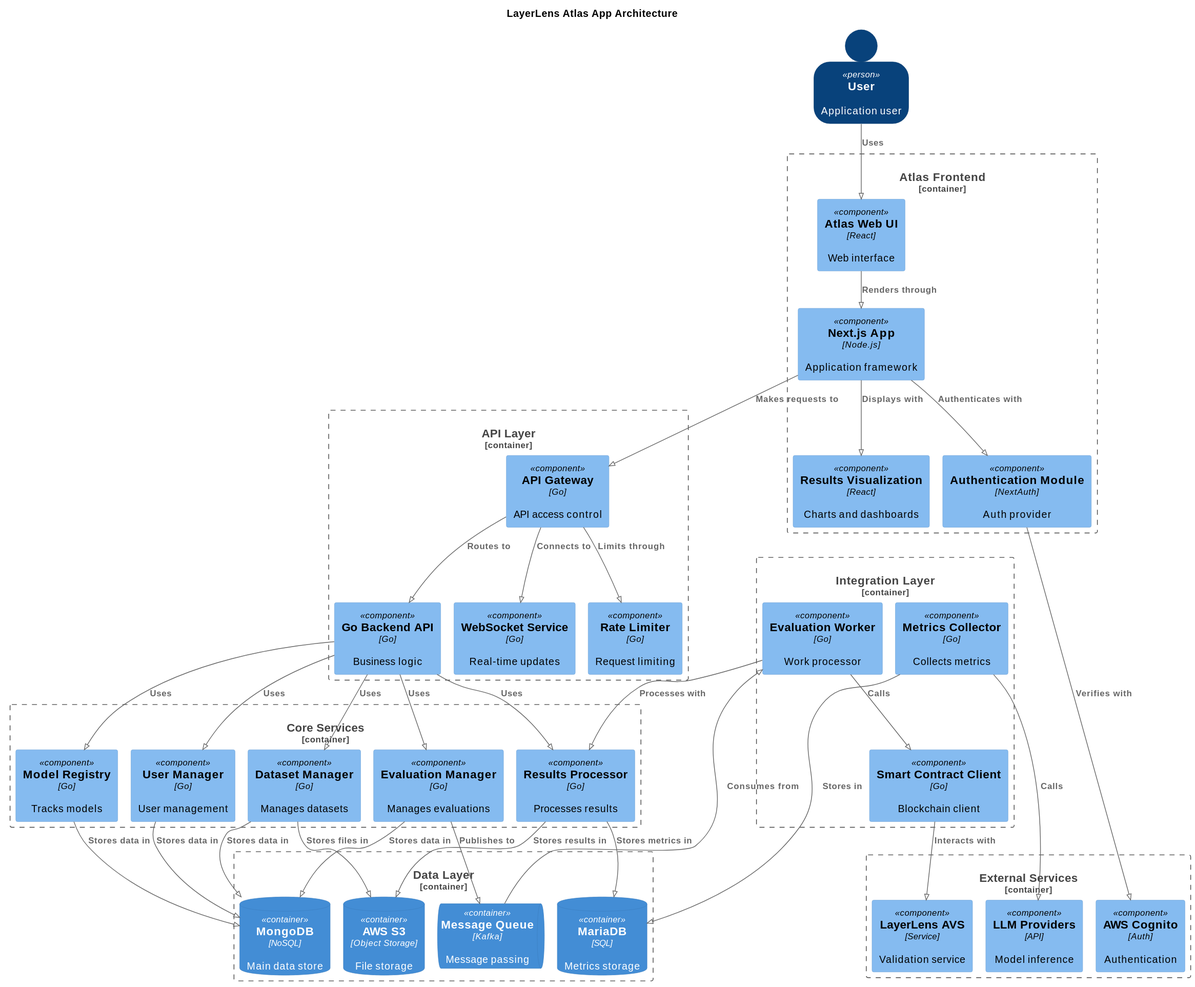
Before: custom-diagrams/diagrams/atlas-architecture.svg, a diagram exported from PlantUML (k-g-j/ll-sequence-diagrams).
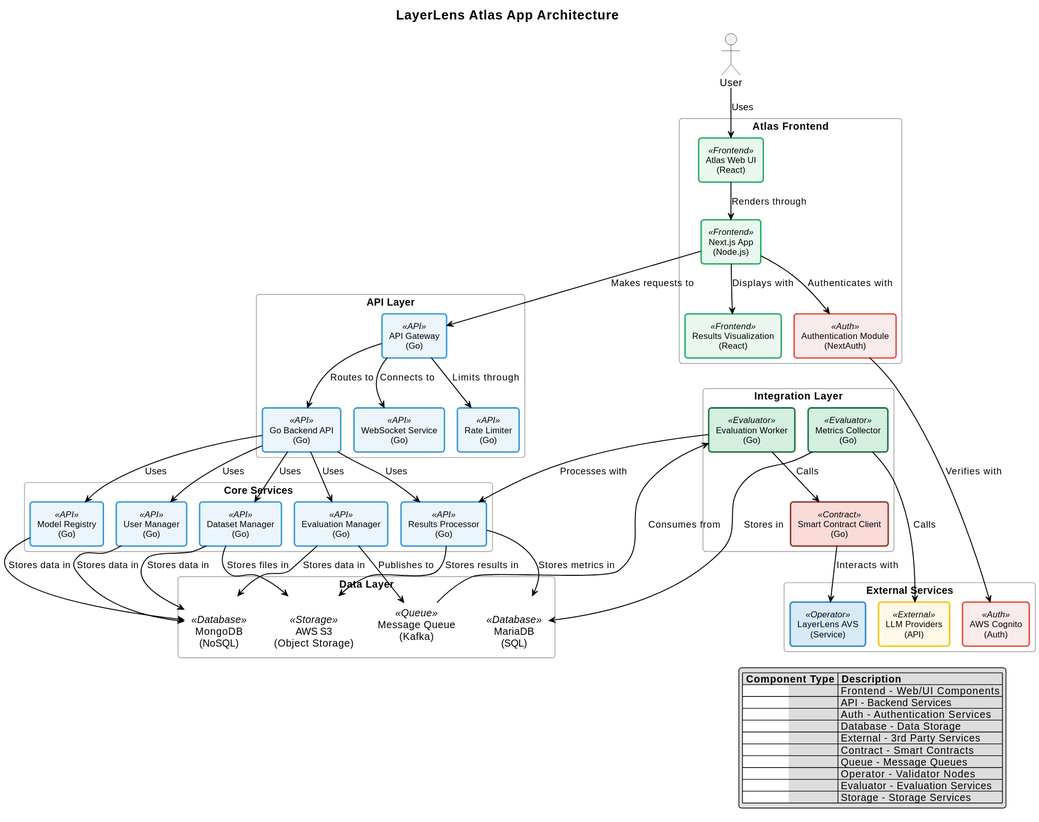
The same file after the commit.

Commit message:
Improve architecture diagrams with consistent color coding and legends

Change to the diagram source:
```diff
@@ -1,89 +1,174 @@
 @startuml
 !pragma layout smetana
 
-!define FONTSIZE 11
-!define FONTFAMILY Helvetica
+skinparam component<<Frontend>> {
+  BackgroundColor #E9F7EF
+  BorderColor #27AE60
+  BorderThickness 2
+}
 
-!include https://raw.githubusercontent.com/plantuml-stdlib/C4-PlantUML/master/C4_Container.puml
-!include https://raw.githubusercontent.com/plantuml-stdlib/C4-PlantUML/master/C4_Component.puml
+skinparam component<<API>> {
+  BackgroundColor #EBF5FB
+  BorderColor #3498DB
+  BorderThickness 2
+}
+
+skinparam component<<Auth>> {
+  BackgroundColor #F9EBEA
+  BorderColor #E74C3C
+  BorderThickness 2
+}
+
+skinparam component<<Database>> {
+  BackgroundColor #F4ECF7
+  BorderColor #8E44AD
+  BorderThickness 2
+}
+
+skinparam component<<External>> {
+  BackgroundColor #FEF9E7
+  BorderColor #F1C40F
+  BorderThickness 2
+}
+
+skinparam component<<Contract>> {
+  BackgroundColor #FADBD8
+  BorderColor #943126
+  BorderThickness 2
+}
+
+skinparam component<<Queue>> {
+  BackgroundColor #FCF3CF
+  BorderColor #B7950B
+  BorderThickness 2
+}
+
+skinparam component<<Operator>> {
+  BackgroundColor #D6EAF8
+  BorderColor #2E86C1
+  BorderThickness 2
+}
+
+skinparam component<<Evaluator>> {
+  BackgroundColor #D4EFDF
+  BorderColor #196F3D
+  BorderThickness 2
+}
+
+skinparam component<<Storage>> {
+  BackgroundColor #F5EEF8
+  BorderColor #76448A
+  BorderThickness 2
+}
+
+skinparam ArrowColor #000000
+skinparam ArrowThickness 1.3
+skinparam defaultTextAlignment center
+skinparam RoundCorner 8
+skinparam titleFontSize 18
+skinparam titleFontStyle bold
+skinparam ComponentStyle rectangle
+skinparam componentBorderThickness 1.5
+skinparam componentFontSize 12
+skinparam componentFontName Arial
+skinparam PackageStyle rectangle
+skinparam packageBackgroundColor transparent
+skinparam packageBorderColor #999999
+skinparam databaseBackgroundColor DATABASE_BG
+skinparam databaseBorderColor DATABASE_BORDER
+skinparam queueBackgroundColor QUEUE_BG
+skinparam queueBorderColor QUEUE_BORDER
 
 title LayerLens Atlas App Architecture
-SHOW_PERSON_OUTLINE()
 
-Person(user, "User", "Application user")
+actor "User" as user
 
-Container_Boundary(atlas_frontend, "Atlas Frontend") {
-    Component(web_ui, "Atlas Web UI", "React", "Web interface")
-    Component(nextjs, "Next.js App", "Node.js", "Application framework")
-    Component(auth, "Authentication Module", "NextAuth", "Auth provider")
-    Component(viz, "Results Visualization", "React", "Charts and dashboards")
+package "Atlas Frontend" {
+  [Atlas Web UI\n(React)] as web_ui <<Frontend>>
+  [Next.js App\n(Node.js)] as nextjs <<Frontend>>
+  [Authentication Module\n(NextAuth)] as auth <<Auth>>
+  [Results Visualization\n(React)] as viz <<Frontend>>
 }
 
-Container_Boundary(api_layer, "API Layer") {
-    Component(api_gw, "API Gateway", "Go", "API access control")
-    Component(go_backend, "Go Backend API", "Go", "Business logic")
-    Component(websocket, "WebSocket Service", "Go", "Real-time updates")
-    Component(rate_limiter, "Rate Limiter", "Go", "Request limiting")
+package "API Layer" {
+  [API Gateway\n(Go)] as api_gw <<API>>
+  [Go Backend API\n(Go)] as go_backend <<API>>
+  [WebSocket Service\n(Go)] as websocket <<API>>
+  [Rate Limiter\n(Go)] as rate_limiter <<API>>
 }
 
-Container_Boundary(core_services, "Core Services") {
-    Component(eval_manager, "Evaluation Manager", "Go", "Manages evaluations")
-    Component(model_registry, "Model Registry", "Go", "Tracks models")
-    Component(dataset_manager, "Dataset Manager", "Go", "Manages datasets")
-    Component(user_manager, "User Manager", "Go", "User management")
-    Component(results_processor, "Results Processor", "Go", "Processes results")
+package "Core Services" {
+  [Evaluation Manager\n(Go)] as eval_manager <<API>>
+  [Model Registry\n(Go)] as model_registry <<API>>
+  [Dataset Manager\n(Go)] as dataset_manager <<API>>
+  [User Manager\n(Go)] as user_manager <<API>>
+  [Results Processor\n(Go)] as results_processor <<API>>
 }
 
-Container_Boundary(integration, "Integration Layer") {
-    Component(worker, "Evaluation Worker", "Go", "Work processor")
-    Component(contract_client, "Smart Contract Client", "Go", "Blockchain client")
-    Component(metrics, "Metrics Collector", "Go", "Collects metrics")
+package "Integration Layer" {
+  [Evaluation Worker\n(Go)] as worker <<Evaluator>>
+  [Smart Contract Client\n(Go)] as contract_client <<Contract>>
+  [Metrics Collector\n(Go)] as metrics <<Evaluator>>
 }
 
-Container_Boundary(data_layer, "Data Layer") {
-    ContainerDb(mongodb, "MongoDB", "NoSQL", "Main data store")
-    ContainerDb(mariadb, "MariaDB", "SQL", "Metrics storage")
-    ContainerDb(s3, "AWS S3", "Object Storage", "File storage")
-    ContainerQueue(queue, "Message Queue", "Kafka", "Message passing")
+package "Data Layer" {
+  database "MongoDB\n(NoSQL)" as mongodb <<Database>>
+  database "MariaDB\n(SQL)" as mariadb <<Database>>
+  database "AWS S3\n(Object Storage)" as s3 <<Storage>>
+  queue "Message Queue\n(Kafka)" as queue <<Queue>>
 }
 
-Container_Boundary(external, "External Services") {
-    Component(cognito, "AWS Cognito", "Auth", "Authentication")
-    Component(avs, "LayerLens AVS", "Service", "Validation service")
-    Component(llms, "LLM Providers", "API", "Model inference")
+package "External Services" {
+  [AWS Cognito\n(Auth)] as cognito <<Auth>>
+  [LayerLens AVS\n(Service)] as avs <<Operator>>
+  [LLM Providers\n(API)] as llms <<External>>
 }
 
-Rel(user, web_ui, "Uses")
-Rel(web_ui, nextjs, "Renders through")
-Rel(nextjs, auth, "Authenticates with")
-Rel(nextjs, viz, "Displays with")
-Rel(nextjs, api_gw, "Makes requests to")
+user --> web_ui : Uses
+web_ui --> nextjs : Renders through
+nextjs --> auth : Authenticates with
+nextjs --> viz : Displays with
+nextjs --> api_gw : Makes requests to
 
-Rel(auth, cognito, "Verifies with")
-Rel(api_gw, go_backend, "Routes to")
-Rel(api_gw, websocket, "Connects to")
-Rel(api_gw, rate_limiter, "Limits through")
+auth --> cognito : Verifies with
+api_gw --> go_backend : Routes to
+api_gw --> websocket : Connects to
+api_gw --> rate_limiter : Limits through
 
-Rel(go_backend, eval_manager, "Uses")
-Rel(go_backend, model_registry, "Uses")
-Rel(go_backend, dataset_manager, "Uses")
-Rel(go_backend, user_manager, "Uses")
-Rel(go_backend, results_processor, "Uses")
+go_backend --> eval_manager : Uses
+go_backend --> model_registry : Uses
+go_backend --> dataset_manager : Uses
+go_backend --> user_manager : Uses
+go_backend --> results_processor : Uses
 
-Rel(eval_manager, mongodb, "Stores data in")
-Rel(model_registry, mongodb, "Stores data in")
-Rel(dataset_manager, mongodb, "Stores data in")
-Rel(user_manager, mongodb, "Stores data in")
-Rel(results_processor, mariadb, "Stores metrics in")
+eval_manager --> mongodb : Stores data in
+model_registry --> mongodb : Stores data in
+dataset_manager --> mongodb : Stores data in
+user_manager --> mongodb : Stores data in
+results_processor --> mariadb : Stores metrics in
 
-Rel(eval_manager, queue, "Publishes to")
-Rel(queue, worker, "Consumes from")
-Rel(worker, contract_client, "Calls")
-Rel(worker, results_processor, "Processes with")
-Rel(contract_client, avs, "Interacts with")
-Rel(metrics, llms, "Calls")
-Rel(metrics, mariadb, "Stores in")
+eval_manager --> queue : Publishes to
+queue --> worker : Consumes from
+worker --> contract_client : Calls
+worker --> results_processor : Processes with
+contract_client --> avs : Interacts with
+metrics --> llms : Calls
+metrics --> mariadb : Stores in
 
-Rel(dataset_manager, s3, "Stores files in")
-Rel(results_processor, s3, "Stores results in")
+dataset_manager --> s3 : Stores files in
+results_processor --> s3 : Stores results in
+
+legend right
+  |= Component Type |= Description |
+  |<back:FRONTEND_BG>                </back>| Frontend - Web/UI Components |
+  |<back:API_BG>                </back>| API - Backend Services |
+  |<back:AUTH_BG>                </back>| Auth - Authentication Services |
+  |<back:DATABASE_BG>                </back>| Database - Data Storage |
+  |<back:EXTERNAL_BG>                </back>| External - 3rd Party Services |
+  |<back:CONTRACT_BG>                </back>| Contract - Smart Contracts |
+  |<back:QUEUE_BG>                </back>| Queue - Message Queues |
+  |<back:OPERATOR_BG>                </back>| Operator - Validator Nodes |
+  |<back:EVALUATOR_BG>                </back>| Evaluator - Evaluation Services |
+  |<back:STORAGE_BG>                </back>| Storage - Storage Services |
+endlegend
 @enduml
```
